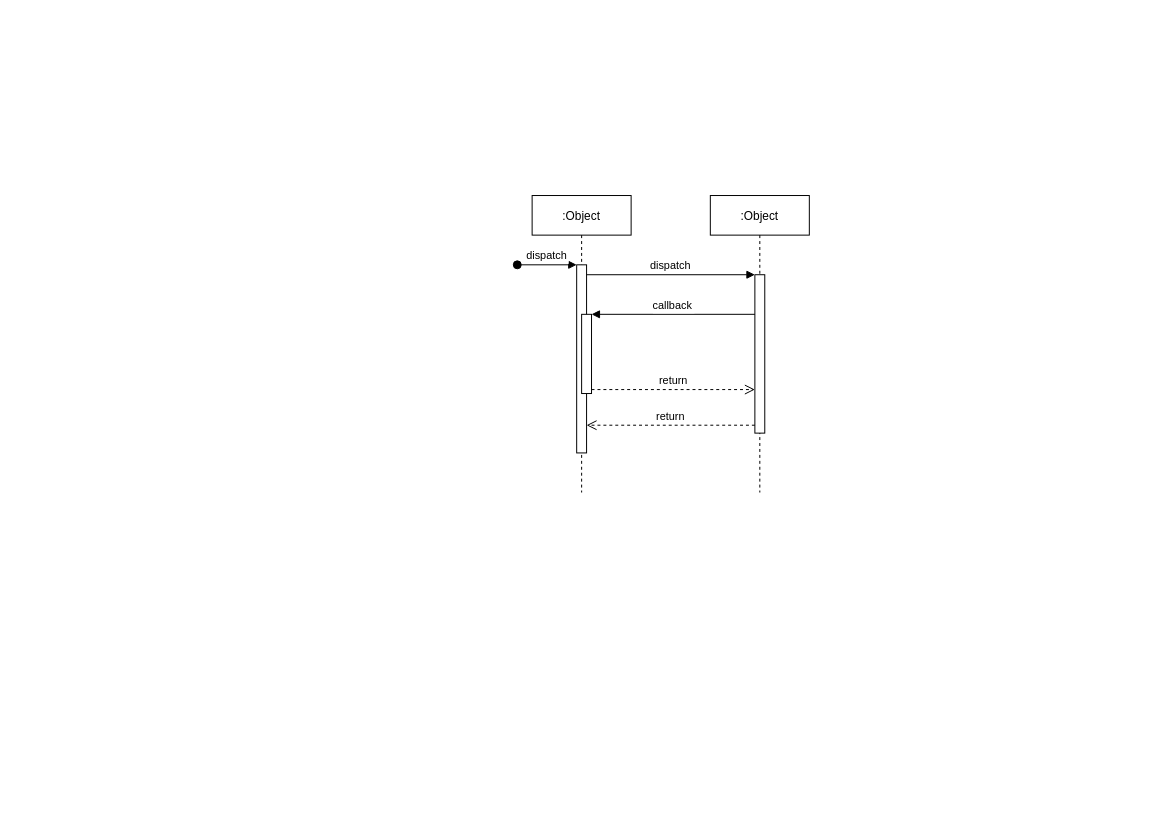
Earlier version of the draw.io diagram Untitled Diagram.drawio (hu-ke/simple-h5-router). Source tidied: cells renumbered, new cells numbered last; positions are measured from the earlier drawing's top-left corner, leaving out a move shared by most shapes. Both pictures are drawn from the tidied source at 99%, with x=0, y=0 at pixel (517, 195). Pictures stored in the file or linked from it are replaced by grey dashed boxes.
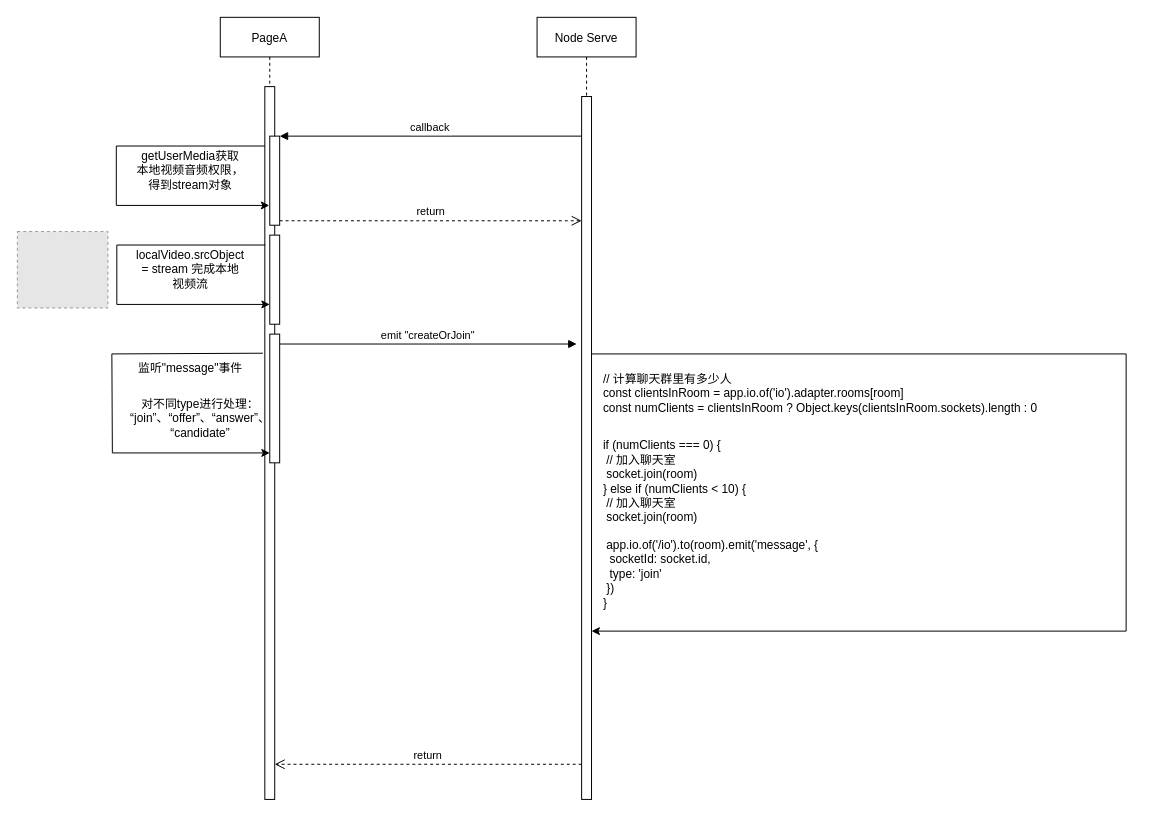
The same page after the edit.

Change to the diagram source:
```diff
@@
-    <mxCell id="2" value=":Object" style="shape=umlLifeline;perimeter=lifelinePerimeter;rounded=0;shadow=0;strokeWidth=1;" parent="1" vertex="1">
-      <mxGeometry x="15" width="100" height="300" as="geometry" />
+    <mxCell id="2" value="PageA" style="shape=umlLifeline;perimeter=lifelinePerimeter;rounded=0;shadow=0;strokeWidth=1;" parent="1" vertex="1">
+      <mxGeometry x="-300" y="-180" width="100" height="790" as="geometry" />
     </mxCell>
     <mxCell id="3" style="points=[];perimeter=orthogonalPerimeter;rounded=0;shadow=0;strokeWidth=1;" parent="2" vertex="1">
-      <mxGeometry x="45" y="70" width="10" height="190" as="geometry" />
+      <mxGeometry x="45" y="70" width="10" height="720" as="geometry" />
     </mxCell>
-    <mxCell id="4" value="dispatch" style="verticalAlign=bottom;startArrow=oval;endArrow=block;startSize=8;shadow=0;strokeWidth=1;" parent="2" edge="1" target="3">
-      <mxGeometry relative="1" as="geometry">
-        <mxPoint x="-15" y="70" as="sourcePoint" />
-      </mxGeometry>
-    </mxCell>
     <mxCell id="5" style="points=[];perimeter=orthogonalPerimeter;rounded=0;shadow=0;strokeWidth=1;" parent="2" vertex="1">
-      <mxGeometry x="50" y="120" width="10" height="80" as="geometry" />
+      <mxGeometry x="50" y="120" width="10" height="90" as="geometry" />
     </mxCell>
+    <mxCell id="12" style="perimeter=orthogonalPerimeter;rounded=0;shadow=0;strokeWidth=1;" parent="2" vertex="1">
+      <mxGeometry x="50" y="220" width="10" height="90" as="geometry" />
+    </mxCell>
+    <mxCell id="13" style="endArrow=classic;html=1;rounded=0;" parent="2" edge="1">
+      <mxGeometry relative="1" as="geometry">
+        <mxPoint x="45.5" y="230" as="sourcePoint" />
+        <mxPoint x="50" y="290" as="targetPoint" />
+        <Array as="points">
+          <mxPoint x="-104.5" y="230" />
+          <mxPoint x="-104.5" y="290" />
+        </Array>
+      </mxGeometry>
+    </mxCell>
+    <mxCell id="14" style="perimeter=orthogonalPerimeter;rounded=0;shadow=0;strokeWidth=1;" parent="2" vertex="1">
+      <mxGeometry x="50" y="320" width="10" height="130" as="geometry" />
+    </mxCell>
+    <mxCell id="15" value="emit &quot;createOrJoin&quot;" style="verticalAlign=bottom;endArrow=block;entryX=0;entryY=0;shadow=0;strokeWidth=1;" parent="2" edge="1">
+      <mxGeometry relative="1" as="geometry">
+        <mxPoint x="60" y="330" as="sourcePoint" />
+        <mxPoint x="360" y="330" as="targetPoint" />
+      </mxGeometry>
+    </mxCell>
+    <mxCell id="16" style="endArrow=classic;html=1;rounded=0;exitX=-0.2;exitY=0.374;exitDx=0;exitDy=0;exitPerimeter=0;" parent="2" edge="1" source="3">
+      <mxGeometry relative="1" as="geometry">
+        <mxPoint x="50" y="440" as="targetPoint" />
+        <Array as="points">
+          <mxPoint x="-109.5" y="340" />
+          <mxPoint x="-109" y="440" />
+        </Array>
+      </mxGeometry>
+    </mxCell>
-    <mxCell id="6" value=":Object" style="shape=umlLifeline;perimeter=lifelinePerimeter;rounded=0;shadow=0;strokeWidth=1;" parent="1" vertex="1">
-      <mxGeometry x="195" width="100" height="300" as="geometry" />
+    <mxCell id="6" value="Node Serve" style="shape=umlLifeline;perimeter=lifelinePerimeter;rounded=0;shadow=0;strokeWidth=1;" parent="1" vertex="1">
+      <mxGeometry x="20" y="-180" width="100" height="790" as="geometry" />
     </mxCell>
     <mxCell id="7" style="points=[];perimeter=orthogonalPerimeter;rounded=0;shadow=0;strokeWidth=1;" parent="6" vertex="1">
-      <mxGeometry x="45" y="80" width="10" height="160" as="geometry" />
+      <mxGeometry x="45" y="80" width="10" height="710" as="geometry" />
     </mxCell>
@@
-    <mxCell id="9" value="dispatch" style="verticalAlign=bottom;endArrow=block;entryX=0;entryY=0;shadow=0;strokeWidth=1;" parent="1" edge="1" source="3" target="7">
-      <mxGeometry relative="1" as="geometry" />
-    </mxCell>
@@
+    <mxCell id="17" style="endArrow=classic;html=1;rounded=0;" parent="1" edge="1" target="2">
+      <mxGeometry relative="1" as="geometry">
+        <mxPoint x="-255" y="-50" as="sourcePoint" />
+        <Array as="points">
+          <mxPoint x="-405" y="-50" />
+          <mxPoint x="-405" y="10" />
+        </Array>
+      </mxGeometry>
+    </mxCell>
+    <mxCell id="18" value="getUserMedia获取本地视频音频权限，得到stream对象" style="text;strokeColor=none;align=center;fillColor=none;html=1;verticalAlign=middle;whiteSpace=wrap;rounded=0;" parent="1" vertex="1">
+      <mxGeometry x="-385" y="-40" width="110" height="30" as="geometry" />
+    </mxCell>
+    <mxCell id="19" value="localVideo.srcObject = stream 完成本地视频流" style="text;strokeColor=none;align=center;fillColor=none;html=1;verticalAlign=middle;whiteSpace=wrap;rounded=0;" parent="1" vertex="1">
+      <mxGeometry x="-385" y="60" width="110" height="30" as="geometry" />
+    </mxCell>
+    <mxCell id="20" style="fillColor=#E6E6E6;strokeColor=#999999;dashed=1;verticalLabelPosition=bottom;labelBackgroundColor=default;verticalAlign=top;" parent="1" vertex="1">
+      <mxGeometry x="-505" y="36.4" width="91.5" height="77.2" as="geometry" />
+    </mxCell>
+    <mxCell id="21" style="endArrow=classic;html=1;rounded=0;" parent="1" edge="1" target="7">
+      <mxGeometry relative="1" as="geometry">
+        <mxPoint x="75" y="160" as="sourcePoint" />
+        <Array as="points">
+          <mxPoint x="615" y="160" />
+          <mxPoint x="615" y="440" />
+        </Array>
+      </mxGeometry>
+    </mxCell>
+    <mxCell id="22" value="// 计算聊天群里有多少人&lt;br&gt;const clientsInRoom = app.io.of('io').adapter.rooms[room]&lt;br&gt;const numClients = clientsInRoom ? Object.keys(clientsInRoom.sockets).length : 0" style="text;strokeColor=none;align=left;fillColor=none;html=1;verticalAlign=middle;whiteSpace=wrap;rounded=0;" parent="1" vertex="1">
+      <mxGeometry x="85" y="170" width="520" height="60" as="geometry" />
+    </mxCell>
+    <mxCell id="23" value="&lt;br&gt;if (numClients === 0) {&lt;br&gt;&lt;span style=&quot;&quot;&gt; &lt;/span&gt;&lt;span style=&quot;white-space: pre;&quot;&gt; &lt;/span&gt;// 加入聊天室&lt;br&gt;&lt;span style=&quot;white-space: pre;&quot;&gt; &lt;/span&gt;socket.join(room)&lt;br&gt;} else if (numClients &amp;lt; 10) {&lt;br&gt;&lt;span style=&quot;&quot;&gt; &lt;/span&gt;&lt;span style=&quot;&quot;&gt; &lt;/span&gt;&lt;span style=&quot;&quot;&gt; &lt;/span&gt;&lt;span style=&quot;white-space: pre;&quot;&gt; &lt;/span&gt;// 加入聊天室&lt;br style=&quot;border-color: var(--border-color);&quot;&gt;&lt;span style=&quot;&quot;&gt; &lt;/span&gt;&lt;span style=&quot;white-space: pre;&quot;&gt; &lt;/span&gt;socket.join(room)&lt;br&gt;&lt;br&gt;&lt;span style=&quot;&quot;&gt; &lt;/span&gt;&lt;span style=&quot;white-space: pre;&quot;&gt; &lt;/span&gt;app.io.of('/io').to(room).emit('message', {&lt;br&gt;&lt;span style=&quot;&quot;&gt; &lt;span style=&quot;&quot;&gt; &lt;/span&gt;&lt;span style=&quot;white-space: pre;&quot;&gt; &lt;/span&gt;&lt;span style=&quot;white-space: pre;&quot;&gt; &lt;/span&gt;s&lt;/span&gt;ocketId: socket.id,&lt;br&gt;&lt;span style=&quot;&quot;&gt; &lt;/span&gt;&lt;span style=&quot;&quot;&gt; &lt;/span&gt;&lt;span style=&quot;white-space: pre;&quot;&gt; &lt;/span&gt;&lt;span style=&quot;white-space: pre;&quot;&gt; &lt;/span&gt;type: 'join'&lt;br&gt;&lt;span style=&quot;&quot;&gt; &lt;/span&gt;&lt;span style=&quot;white-space: pre;&quot;&gt; &lt;/span&gt;})&lt;br&gt;}&lt;br&gt;" style="text;strokeColor=none;align=left;fillColor=none;html=1;verticalAlign=middle;whiteSpace=wrap;rounded=0;" parent="1" vertex="1">
+      <mxGeometry x="85" y="240" width="370" height="170" as="geometry" />
+    </mxCell>
+    <mxCell id="24" value="监听&quot;message&quot;事件" style="text;strokeColor=none;align=center;fillColor=none;html=1;verticalAlign=middle;whiteSpace=wrap;rounded=0;" parent="1" vertex="1">
+      <mxGeometry x="-405" y="160" width="150" height="30" as="geometry" />
+    </mxCell>
+    <mxCell id="25" value="对不同type进行处理：“join”、“offer”、“answer”、“candidate”" style="text;strokeColor=none;align=center;fillColor=none;html=1;verticalAlign=middle;whiteSpace=wrap;rounded=0;" parent="1" vertex="1">
+      <mxGeometry x="-395" y="210" width="150" height="30" as="geometry" />
+    </mxCell>
```
